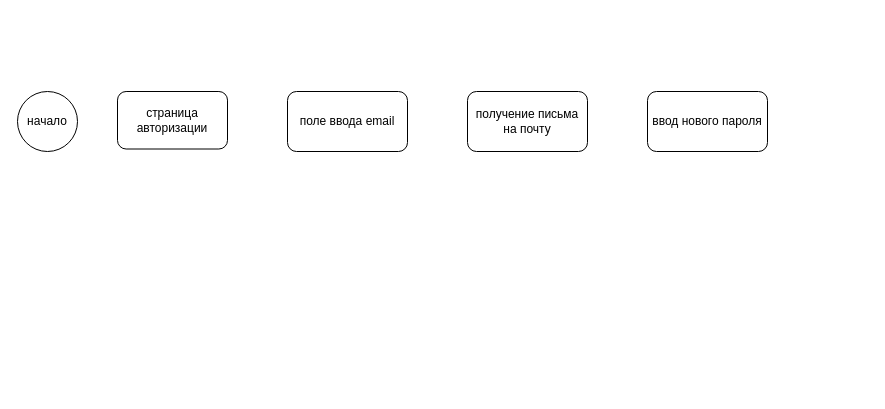
This is Диаграмма без названия.drawio from kofeinovaya/password-recovery-diagram, a draw.io file, before an edit. Source tidied: cells renumbered, new cells numbered last; positions are measured from the earlier drawing's top-left corner, leaving out a move shared by most shapes. Both pictures are drawn from the tidied source at 100%, with x=0, y=0 at pixel (17, 91).
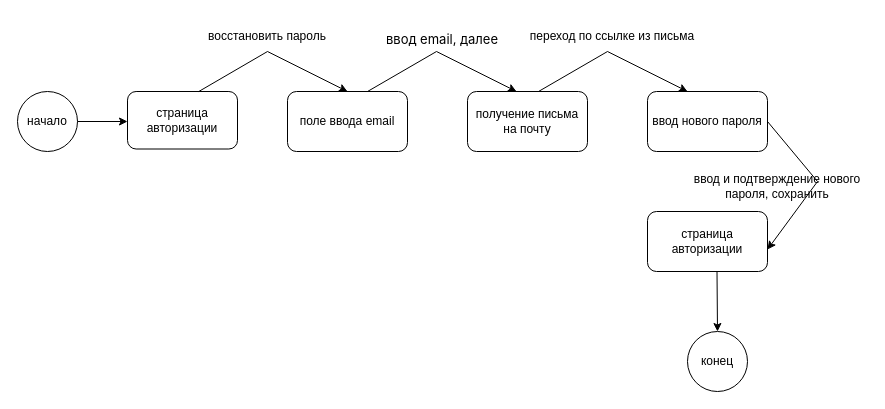
The same diagram, later.

Unchanged cells that the change refers to:
```xml
<mxCell id="4" value="поле ввода email" style="rounded=1;whiteSpace=wrap;html=1;" parent="1" vertex="1">
  <mxGeometry x="270" width="120" height="60" as="geometry" />
</mxCell>
<mxCell id="6" value="ввод нового пароля" style="rounded=1;whiteSpace=wrap;html=1;" parent="1" vertex="1">
  <mxGeometry x="630" width="120" height="60" as="geometry" />
</mxCell>
```

Change to the diagram source:
```diff
@@
+    <mxCell id="7" style="endArrow=classic;html=1;rounded=0;exitX=1;exitY=0.5;exitDx=0;exitDy=0;entryX=1;entryY=0.633;entryDx=0;entryDy=0;entryPerimeter=0;" parent="1" edge="1" source="6" target="8">
+      <mxGeometry relative="1" as="geometry">
+        <Array as="points">
+          <mxPoint x="800" y="90" />
+        </Array>
+      </mxGeometry>
+    </mxCell>
@@
     <mxCell id="3" value="страница авторизации" style="rounded=1;whiteSpace=wrap;html=1;" parent="1" vertex="1">
-      <mxGeometry x="100" width="110" height="57.5" as="geometry" />
+      <mxGeometry x="110" width="110" height="57.5" as="geometry" />
     </mxCell>
@@
+    <mxCell id="8" value="страница авторизации" style="rounded=1;whiteSpace=wrap;html=1;" parent="1" vertex="1">
+      <mxGeometry x="630" y="120" width="120" height="60" as="geometry" />
+    </mxCell>
+    <mxCell id="9" value="конец" style="ellipse;whiteSpace=wrap;html=1;" parent="1" vertex="1">
+      <mxGeometry x="670" y="240" width="60" height="60" as="geometry" />
+    </mxCell>
+    <mxCell id="10" style="endArrow=classic;html=1;rounded=0;entryX=0.5;entryY=0;entryDx=0;entryDy=0;exitX=0.648;exitY=0;exitDx=0;exitDy=0;exitPerimeter=0;" parent="1" edge="1" source="3" target="4">
+      <mxGeometry relative="1" as="geometry">
+        <Array as="points">
+          <mxPoint x="250" y="-40" />
+        </Array>
+      </mxGeometry>
+    </mxCell>
+    <mxCell id="11" style="endArrow=classic;html=1;rounded=0;" parent="1" edge="1">
+      <mxGeometry relative="1" as="geometry">
+        <mxPoint x="60" y="30" as="sourcePoint" />
+        <mxPoint x="110" y="30" as="targetPoint" />
+      </mxGeometry>
+    </mxCell>
+    <mxCell id="12" style="endArrow=classic;html=1;rounded=0;" parent="1" edge="1">
+      <mxGeometry relative="1" as="geometry">
+        <mxPoint x="699.5" y="180" as="sourcePoint" />
+        <mxPoint x="700" y="240" as="targetPoint" />
+      </mxGeometry>
+    </mxCell>
+    <mxCell id="13" value="восстановить пароль" style="text;html=1;align=center;verticalAlign=middle;whiteSpace=wrap;rounded=0;" parent="1" vertex="1">
+      <mxGeometry x="190" y="-70" width="120" height="30" as="geometry" />
+    </mxCell>
+    <mxCell id="14" style="endArrow=classic;html=1;rounded=0;entryX=0.5;entryY=0;entryDx=0;entryDy=0;exitX=0.648;exitY=0;exitDx=0;exitDy=0;exitPerimeter=0;" parent="1" edge="1">
+      <mxGeometry relative="1" as="geometry">
+        <mxPoint x="350" as="sourcePoint" />
+        <mxPoint x="499" as="targetPoint" />
+        <Array as="points">
+          <mxPoint x="419" y="-40" />
+        </Array>
+      </mxGeometry>
+    </mxCell>
+    <mxCell id="15" value="&#10;&lt;span style=&quot;color: rgb(0, 0, 0); font-family: -apple-system, BlinkMacSystemFont, Roboto, &amp;quot;Open Sans&amp;quot;, &amp;quot;Helvetica Neue&amp;quot;, &amp;quot;Noto Sans Armenian&amp;quot;, &amp;quot;Noto Sans Bengali&amp;quot;, &amp;quot;Noto Sans Cherokee&amp;quot;, &amp;quot;Noto Sans Devanagari&amp;quot;, &amp;quot;Noto Sans Ethiopic&amp;quot;, &amp;quot;Noto Sans Georgian&amp;quot;, &amp;quot;Noto Sans Hebrew&amp;quot;, &amp;quot;Noto Sans Kannada&amp;quot;, &amp;quot;Noto Sans Khmer&amp;quot;, &amp;quot;Noto Sans Lao&amp;quot;, &amp;quot;Noto Sans Osmanya&amp;quot;, &amp;quot;Noto Sans Tamil&amp;quot;, &amp;quot;Noto Sans Telugu&amp;quot;, &amp;quot;Noto Sans Thai&amp;quot;, sans-serif; font-size: 13px; font-style: normal; font-variant-ligatures: normal; font-variant-caps: normal; font-weight: 400; letter-spacing: normal; orphans: 2; text-align: left; text-indent: 0px; text-transform: none; widows: 2; word-spacing: 0px; -webkit-text-stroke-width: 0px; white-space: normal; background-color: rgb(255, 255, 255); text-decoration-thickness: initial; text-decoration-style: initial; text-decoration-color: initial; display: inline !important; float: none;&quot;&gt;ввод email, далее&lt;/span&gt;&#10;&#10;" style="text;html=1;align=center;verticalAlign=middle;whiteSpace=wrap;rounded=0;" parent="1" vertex="1">
+      <mxGeometry x="360" y="-60" width="130" height="30" as="geometry" />
+    </mxCell>
+    <mxCell id="16" style="endArrow=classic;html=1;rounded=0;entryX=0.5;entryY=0;entryDx=0;entryDy=0;exitX=0.648;exitY=0;exitDx=0;exitDy=0;exitPerimeter=0;" parent="1" edge="1">
+      <mxGeometry relative="1" as="geometry">
+        <mxPoint x="521" as="sourcePoint" />
+        <mxPoint x="670" as="targetPoint" />
+        <Array as="points">
+          <mxPoint x="590" y="-40" />
+        </Array>
+      </mxGeometry>
+    </mxCell>
+    <mxCell id="17" value="переход по ссылке из письма" style="text;html=1;align=center;verticalAlign=middle;whiteSpace=wrap;rounded=0;" parent="1" vertex="1">
+      <mxGeometry x="510" y="-70" width="170" height="30" as="geometry" />
+    </mxCell>
+    <mxCell id="18" value="ввод и подтверждение нового пароля, сохранить" style="text;html=1;align=center;verticalAlign=middle;whiteSpace=wrap;rounded=0;" parent="1" vertex="1">
+      <mxGeometry x="670" y="80" width="180" height="30" as="geometry" />
+    </mxCell>
```
